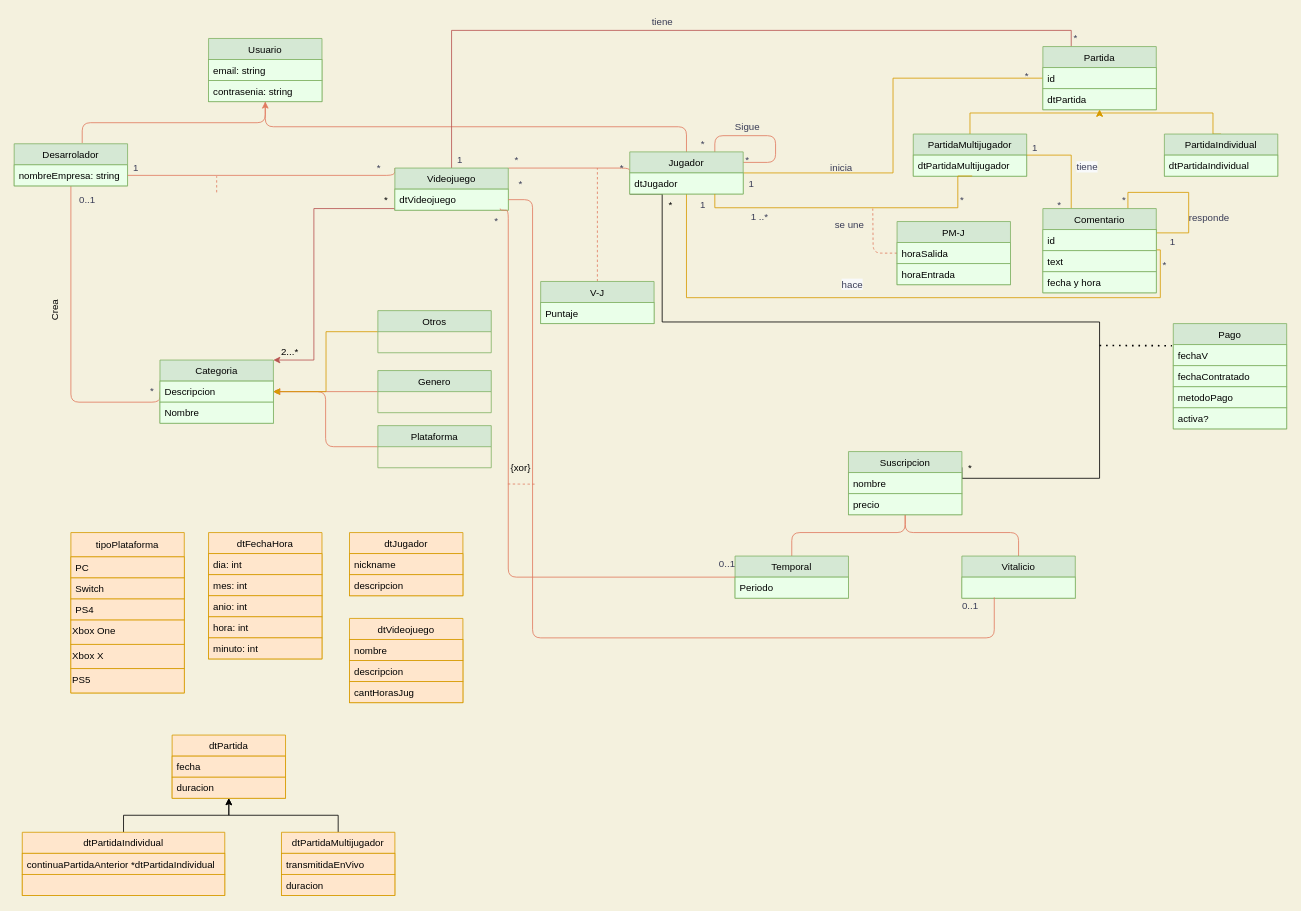
Above: Modelo Dominio/ModeloDominioL1.drawio in CintiaLeal/Laboratorio_PA (draw.io), before the change. Source tidied: cells renumbered, new cells numbered last; positions are measured from the earlier drawing's top-left corner, leaving out a move shared by most shapes. Both pictures are drawn from the tidied source at 81%, with x=0, y=0 at pixel (14, 14).
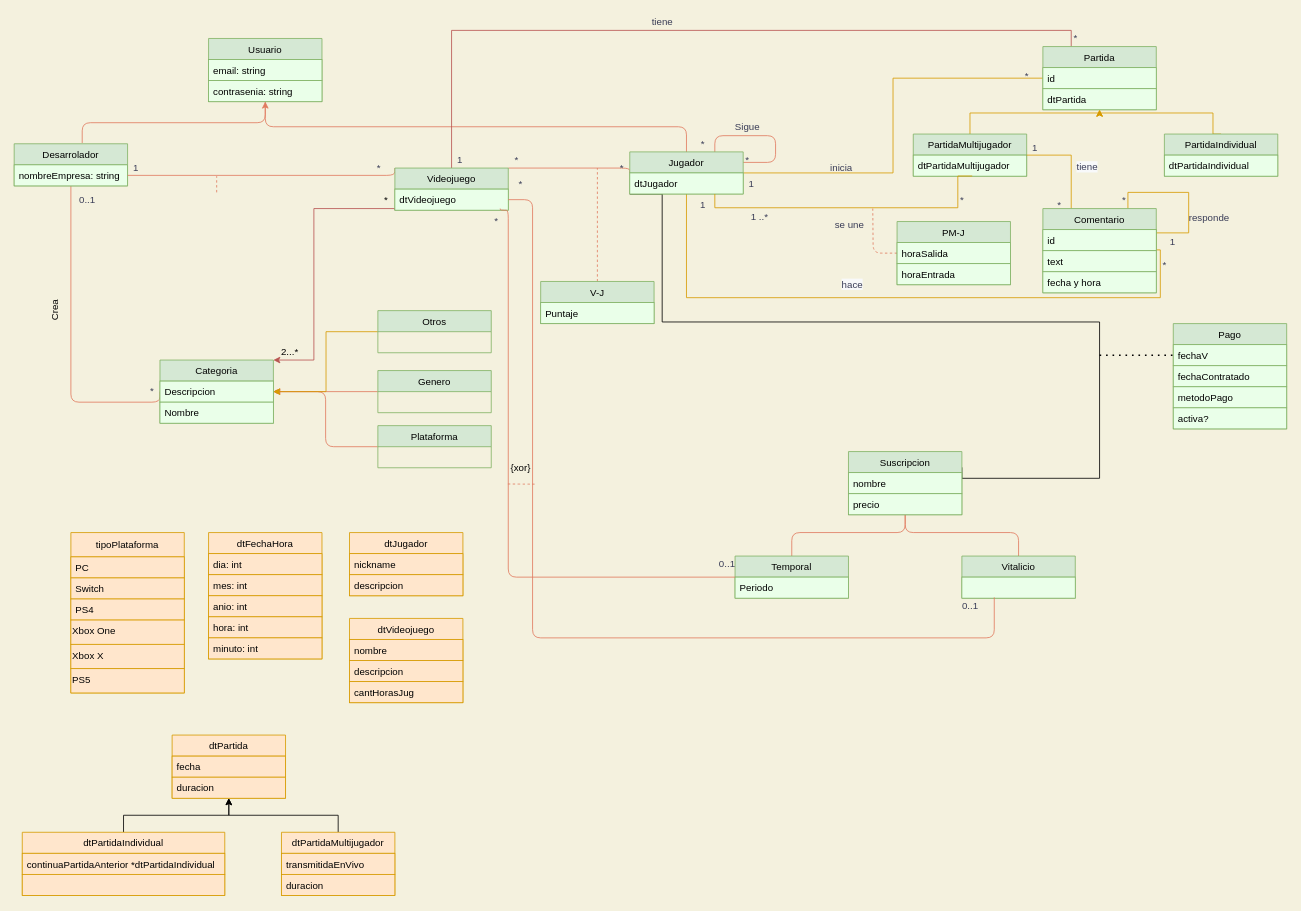
The same diagram, later.

Unchanged cells that the change refers to:
```xml
<mxCell id="134" value="fechaV" style="text;strokeColor=#82b366;fillColor=#EAFFE9;align=left;verticalAlign=top;spacingLeft=4;spacingRight=4;overflow=hidden;points=[[0,0.5],[1,0.5]];portConstraint=eastwest;" parent="133" vertex="1">
  <mxGeometry y="26" width="140" height="26" as="geometry" />
</mxCell>
```

What changed in the source:
```diff
@@
-    <mxCell id="138" style="endArrow=none;dashed=1;html=1;dashPattern=1 3;strokeWidth=2;rounded=0;entryX=-0.012;entryY=0.051;entryDx=0;entryDy=0;entryPerimeter=0;" parent="1" edge="1" target="134">
+    <mxCell id="138" style="endArrow=none;dashed=1;html=1;dashPattern=1 3;strokeWidth=2;rounded=0;" parent="1" edge="1">
       <mxGeometry relative="1" as="geometry">
-        <mxPoint x="1340" y="409" as="sourcePoint" />
+        <mxPoint x="1340" y="421" as="sourcePoint" />
+        <mxPoint x="1430" y="421" as="targetPoint" />
       </mxGeometry>
     </mxCell>
-    <mxCell id="139" value="*" style="text;html=1;align=center;verticalAlign=middle;strokeColor=none;fillColor=none;" parent="1" vertex="1">
-      <mxGeometry x="800" y="226" width="20" height="20" as="geometry" />
-    </mxCell>
-    <mxCell id="140" value="*" style="text;html=1;align=center;verticalAlign=middle;strokeColor=none;fillColor=none;" parent="1" vertex="1">
-      <mxGeometry x="1170" y="550" width="20" height="20" as="geometry" />
-    </mxCell>
```
